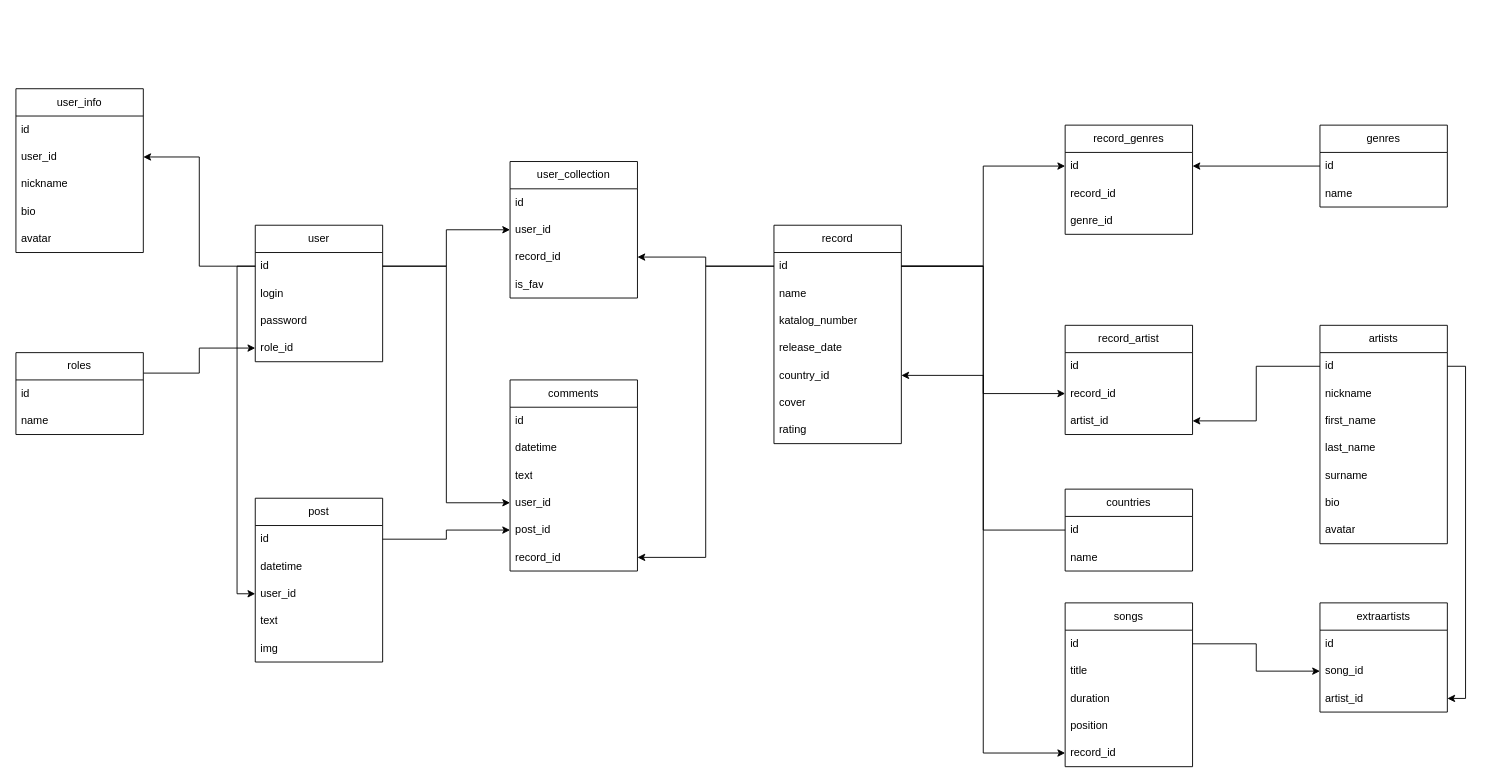
The draw.io diagram db_scheme.drawio in 7Maersk/VSN, before the edit. Source tidied: cells renumbered, new cells numbered last; positions are measured from the earlier drawing's top-left corner, leaving out a move shared by most shapes. Both pictures are drawn from the tidied source at 91%, with x=0, y=0 at pixel (15, 88).
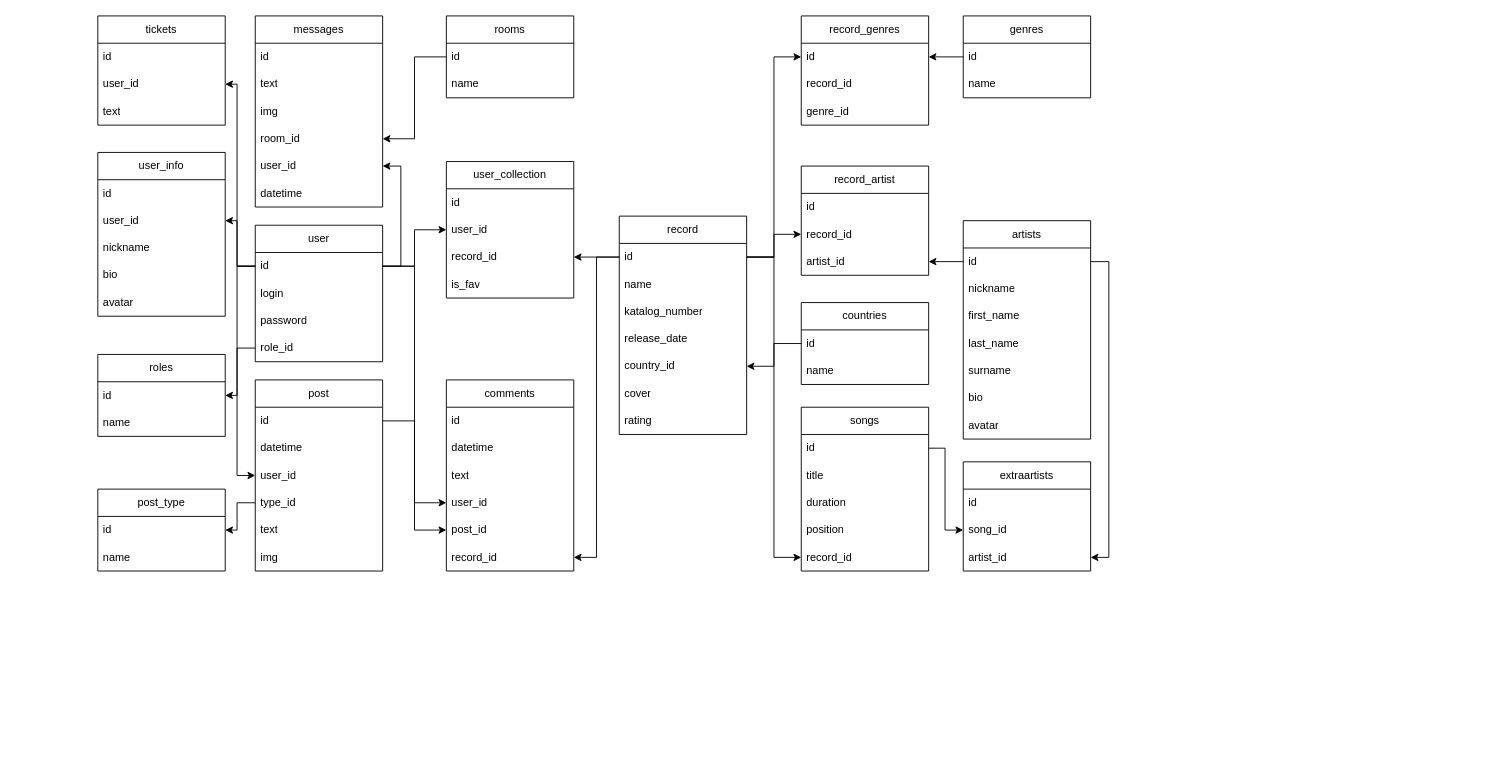
The same page after the edit.

Unchanged cells that the change refers to:
```xml
<mxCell id="3" value="id" style="text;strokeColor=none;fillColor=none;align=left;verticalAlign=middle;spacingLeft=4;spacingRight=4;overflow=hidden;points=[[0,0.5],[1,0.5]];portConstraint=eastwest;whiteSpace=wrap;html=1;" parent="2" vertex="1">
  <mxGeometry y="30" width="140" height="30" as="geometry" />
</mxCell>
<mxCell id="6" value="role_id" style="text;strokeColor=none;fillColor=none;align=left;verticalAlign=middle;spacingLeft=4;spacingRight=4;overflow=hidden;points=[[0,0.5],[1,0.5]];portConstraint=eastwest;whiteSpace=wrap;html=1;" parent="2" vertex="1">
  <mxGeometry y="120" width="140" height="30" as="geometry" />
</mxCell>
<mxCell id="9" value="id" style="text;strokeColor=none;fillColor=none;align=left;verticalAlign=middle;spacingLeft=4;spacingRight=4;overflow=hidden;points=[[0,0.5],[1,0.5]];portConstraint=eastwest;whiteSpace=wrap;html=1;" parent="8" vertex="1">
  <mxGeometry y="30" width="140" height="30" as="geometry" />
</mxCell>
<mxCell id="47" value="id" style="text;strokeColor=none;fillColor=none;align=left;verticalAlign=middle;spacingLeft=4;spacingRight=4;overflow=hidden;points=[[0,0.5],[1,0.5]];portConstraint=eastwest;whiteSpace=wrap;html=1;" parent="46" vertex="1">
  <mxGeometry y="30" width="140" height="30" as="geometry" />
</mxCell>
<mxCell id="54" value="song_id" style="text;strokeColor=none;fillColor=none;align=left;verticalAlign=middle;spacingLeft=4;spacingRight=4;overflow=hidden;points=[[0,0.5],[1,0.5]];portConstraint=eastwest;whiteSpace=wrap;html=1;" parent="52" vertex="1">
  <mxGeometry y="60" width="140" height="30" as="geometry" />
</mxCell>
<mxCell id="75" value="user_id" style="text;strokeColor=none;fillColor=none;align=left;verticalAlign=middle;spacingLeft=4;spacingRight=4;overflow=hidden;points=[[0,0.5],[1,0.5]];portConstraint=eastwest;whiteSpace=wrap;html=1;" parent="73" vertex="1">
  <mxGeometry y="60" width="140" height="30" as="geometry" />
</mxCell>
```

Change to the diagram source:
```diff
@@
-    <mxCell id="7" style="edgeStyle=orthogonalEdgeStyle;rounded=0;jettySize=auto;html=1;exitX=1;exitY=0.25;exitDx=0;exitDy=0;entryX=0;entryY=0.5;entryDx=0;entryDy=0;" parent="1" edge="1" source="8" target="6">
-      <mxGeometry relative="1" as="geometry" />
-    </mxCell>
     <mxCell id="8" value="roles" style="swimlane;fontStyle=0;horizontal=1;startSize=30;whiteSpace=wrap;html=1;" parent="1" vertex="1">
-      <mxGeometry y="290" width="140" height="90" as="geometry" />
+      <mxGeometry x="90" y="292" width="140" height="90" as="geometry" />
     </mxCell>
@@
     <mxCell id="11" value="record" style="swimlane;fontStyle=0;horizontal=1;startSize=30;whiteSpace=wrap;html=1;" parent="1" vertex="1">
-      <mxGeometry x="833" y="150" width="140" height="240" as="geometry" />
+      <mxGeometry x="663" y="140" width="140" height="240" as="geometry" />
     </mxCell>
@@
     <mxCell id="19" value="artists" style="swimlane;fontStyle=0;horizontal=1;startSize=30;whiteSpace=wrap;html=1;" parent="1" vertex="1">
-      <mxGeometry x="1433" y="260" width="140" height="240" as="geometry" />
+      <mxGeometry x="1041" y="145" width="140" height="240" as="geometry" />
     </mxCell>
@@
     <mxCell id="27" value="genres" style="swimlane;fontStyle=0;horizontal=1;startSize=30;whiteSpace=wrap;html=1;" parent="1" vertex="1">
-      <mxGeometry x="1433" y="40" width="140" height="90" as="geometry" />
+      <mxGeometry x="1041" y="-80" width="140" height="90" as="geometry" />
     </mxCell>
@@
     <mxCell id="30" value="countries" style="swimlane;fontStyle=0;horizontal=1;startSize=30;whiteSpace=wrap;html=1;" parent="1" vertex="1">
-      <mxGeometry x="1153" y="440" width="140" height="90" as="geometry" />
+      <mxGeometry x="863" y="235" width="140" height="90" as="geometry" />
     </mxCell>
@@
     <mxCell id="34" value="record_genres" style="swimlane;fontStyle=0;horizontal=1;startSize=30;whiteSpace=wrap;html=1;" parent="1" vertex="1">
-      <mxGeometry x="1153" y="40" width="140" height="120" as="geometry" />
+      <mxGeometry x="863" y="-80" width="140" height="120" as="geometry" />
     </mxCell>
@@
     <mxCell id="40" value="record_artist" style="swimlane;fontStyle=0;horizontal=1;startSize=30;whiteSpace=wrap;html=1;" parent="1" vertex="1">
-      <mxGeometry x="1153" y="260" width="140" height="120" as="geometry" />
+      <mxGeometry x="863" y="85" width="140" height="120" as="geometry" />
     </mxCell>
@@
     <mxCell id="46" value="songs" style="swimlane;fontStyle=0;horizontal=1;startSize=30;whiteSpace=wrap;html=1;" parent="1" vertex="1">
-      <mxGeometry x="1153" y="565" width="140" height="180" as="geometry" />
+      <mxGeometry x="863" y="350" width="140" height="180" as="geometry" />
     </mxCell>
@@
     <mxCell id="52" value="extraartists" style="swimlane;fontStyle=0;horizontal=1;startSize=30;whiteSpace=wrap;html=1;" parent="1" vertex="1">
-      <mxGeometry x="1433" y="565" width="140" height="120" as="geometry" />
+      <mxGeometry x="1041" y="410" width="140" height="120" as="geometry" />
     </mxCell>
@@
     <mxCell id="57" style="edgeStyle=orthogonalEdgeStyle;rounded=0;jettySize=auto;html=1;exitX=1;exitY=0.5;exitDx=0;exitDy=0;entryX=0;entryY=0.5;entryDx=0;entryDy=0;" parent="1" edge="1" source="47" target="54">
-      <mxGeometry relative="1" as="geometry" />
+      <mxGeometry relative="1" as="geometry">
+        <Array as="points">
+          <mxPoint x="1021" y="395" />
+          <mxPoint x="1021" y="485" />
+        </Array>
+      </mxGeometry>
     </mxCell>
@@
     <mxCell id="59" value="comments" style="swimlane;fontStyle=0;horizontal=1;startSize=30;whiteSpace=wrap;html=1;" parent="1" vertex="1">
-      <mxGeometry x="543" y="320" width="140" height="210" as="geometry" />
+      <mxGeometry x="473" y="320" width="140" height="210" as="geometry" />
     </mxCell>
@@
     <mxCell id="67" value="post" style="swimlane;fontStyle=0;horizontal=1;startSize=30;whiteSpace=wrap;html=1;" parent="1" vertex="1">
-      <mxGeometry x="263" y="450" width="140" height="180" as="geometry" />
+      <mxGeometry x="263" y="320" width="140" height="210" as="geometry" />
     </mxCell>
@@
+    <mxCell id="90" value="type_id" style="text;strokeColor=none;fillColor=none;align=left;verticalAlign=middle;spacingLeft=4;spacingRight=4;overflow=hidden;points=[[0,0.5],[1,0.5]];portConstraint=eastwest;whiteSpace=wrap;html=1;" parent="67" vertex="1">
+      <mxGeometry y="120" width="140" height="30" as="geometry" />
+    </mxCell>
     <mxCell id="71" value="text" style="text;strokeColor=none;fillColor=none;align=left;verticalAlign=middle;spacingLeft=4;spacingRight=4;overflow=hidden;whiteSpace=wrap;html=1;" parent="67" vertex="1">
-      <mxGeometry y="120" width="140" height="30" as="geometry" />
+      <mxGeometry y="150" width="140" height="30" as="geometry" />
     </mxCell>
     <mxCell id="72" value="img" style="text;strokeColor=none;fillColor=none;align=left;verticalAlign=middle;spacingLeft=4;spacingRight=4;overflow=hidden;whiteSpace=wrap;html=1;" parent="67" vertex="1">
-      <mxGeometry y="150" width="140" height="30" as="geometry" />
+      <mxGeometry y="180" width="140" height="30" as="geometry" />
     </mxCell>
     <mxCell id="73" value="user_info" style="swimlane;fontStyle=0;horizontal=1;startSize=30;whiteSpace=wrap;html=1;" parent="1" vertex="1">
-      <mxGeometry width="140" height="180" as="geometry" />
+      <mxGeometry x="90" y="70" width="140" height="180" as="geometry" />
     </mxCell>
@@
     <mxCell id="79" style="edgeStyle=orthogonalEdgeStyle;rounded=0;jettySize=auto;html=1;exitX=0;exitY=0.5;exitDx=0;exitDy=0;entryX=1;entryY=0.5;entryDx=0;entryDy=0;" parent="1" edge="1" source="3" target="75">
-      <mxGeometry relative="1" as="geometry" />
+      <mxGeometry relative="1" as="geometry">
+        <Array as="points">
+          <mxPoint x="243" y="195" />
+          <mxPoint x="243" y="145" />
+        </Array>
+      </mxGeometry>
     </mxCell>
     <mxCell id="80" value="user_collection" style="swimlane;fontStyle=0;horizontal=1;startSize=30;whiteSpace=wrap;html=1;" parent="1" vertex="1">
-      <mxGeometry x="543" y="80" width="140" height="150" as="geometry" />
+      <mxGeometry x="473" y="80" width="140" height="150" as="geometry" />
     </mxCell>
@@
+    <mxCell id="91" value="messages" style="swimlane;fontStyle=0;horizontal=1;startSize=30;whiteSpace=wrap;html=1;" parent="1" vertex="1">
+      <mxGeometry x="263" y="-80" width="140" height="210" as="geometry" />
+    </mxCell>
+    <mxCell id="92" value="id" style="text;strokeColor=none;fillColor=none;align=left;verticalAlign=middle;spacingLeft=4;spacingRight=4;overflow=hidden;whiteSpace=wrap;html=1;" parent="91" vertex="1">
+      <mxGeometry y="30" width="140" height="30" as="geometry" />
+    </mxCell>
+    <mxCell id="93" value="text" style="text;strokeColor=none;fillColor=none;align=left;verticalAlign=middle;spacingLeft=4;spacingRight=4;overflow=hidden;whiteSpace=wrap;html=1;" parent="91" vertex="1">
+      <mxGeometry y="60" width="140" height="30" as="geometry" />
+    </mxCell>
+    <mxCell id="94" value="img" style="text;strokeColor=none;fillColor=none;align=left;verticalAlign=middle;spacingLeft=4;spacingRight=4;overflow=hidden;whiteSpace=wrap;html=1;" parent="91" vertex="1">
+      <mxGeometry y="90" width="140" height="30" as="geometry" />
+    </mxCell>
+    <mxCell id="95" value="room&lt;span style=&quot;background-color: initial;&quot;&gt;_id&lt;/span&gt;" style="text;strokeColor=none;fillColor=none;align=left;verticalAlign=middle;spacingLeft=4;spacingRight=4;overflow=hidden;points=[[0,0.5],[1,0.5]];portConstraint=eastwest;whiteSpace=wrap;html=1;" parent="91" vertex="1">
+      <mxGeometry y="120" width="140" height="30" as="geometry" />
+    </mxCell>
+    <mxCell id="96" value="&lt;span style=&quot;background-color: initial;&quot;&gt;user_id&lt;/span&gt;" style="text;strokeColor=none;fillColor=none;align=left;verticalAlign=middle;spacingLeft=4;spacingRight=4;overflow=hidden;points=[[0,0.5],[1,0.5]];portConstraint=eastwest;whiteSpace=wrap;html=1;" parent="91" vertex="1">
+      <mxGeometry y="150" width="140" height="30" as="geometry" />
+    </mxCell>
+    <mxCell id="97" value="datetime" style="text;strokeColor=none;fillColor=none;align=left;verticalAlign=middle;spacingLeft=4;spacingRight=4;overflow=hidden;whiteSpace=wrap;html=1;" parent="91" vertex="1">
+      <mxGeometry y="180" width="140" height="30" as="geometry" />
+    </mxCell>
+    <mxCell id="98" value="rooms" style="swimlane;fontStyle=0;horizontal=1;startSize=30;whiteSpace=wrap;html=1;" parent="1" vertex="1">
+      <mxGeometry x="473" y="-80" width="140" height="90" as="geometry" />
+    </mxCell>
+    <mxCell id="99" value="id" style="text;strokeColor=none;fillColor=none;align=left;verticalAlign=middle;spacingLeft=4;spacingRight=4;overflow=hidden;points=[[0,0.5],[1,0.5]];portConstraint=eastwest;whiteSpace=wrap;html=1;" parent="98" vertex="1">
+      <mxGeometry y="30" width="140" height="30" as="geometry" />
+    </mxCell>
+    <mxCell id="100" value="name" style="text;strokeColor=none;fillColor=none;align=left;verticalAlign=middle;spacingLeft=4;spacingRight=4;overflow=hidden;whiteSpace=wrap;html=1;" parent="98" vertex="1">
+      <mxGeometry y="60" width="140" height="30" as="geometry" />
+    </mxCell>
+    <mxCell id="101" style="edgeStyle=orthogonalEdgeStyle;rounded=0;jettySize=auto;html=1;exitX=0;exitY=0.5;exitDx=0;exitDy=0;entryX=1;entryY=0.5;entryDx=0;entryDy=0;" parent="1" edge="1" source="99" target="95">
+      <mxGeometry relative="1" as="geometry" />
+    </mxCell>
+    <mxCell id="102" style="edgeStyle=orthogonalEdgeStyle;rounded=0;jettySize=auto;html=1;exitX=1;exitY=0.5;exitDx=0;exitDy=0;entryX=1;entryY=0.5;entryDx=0;entryDy=0;" parent="1" edge="1" source="3" target="96">
+      <mxGeometry relative="1" as="geometry" />
+    </mxCell>
+    <mxCell id="103" value="tickets" style="swimlane;fontStyle=0;horizontal=1;startSize=30;whiteSpace=wrap;html=1;" parent="1" vertex="1">
+      <mxGeometry x="90" y="-80" width="140" height="120" as="geometry" />
+    </mxCell>
+    <mxCell id="104" value="id" style="text;strokeColor=none;fillColor=none;align=left;verticalAlign=middle;spacingLeft=4;spacingRight=4;overflow=hidden;whiteSpace=wrap;html=1;" parent="103" vertex="1">
+      <mxGeometry y="30" width="140" height="30" as="geometry" />
+    </mxCell>
+    <mxCell id="105" value="user_id" style="text;strokeColor=none;fillColor=none;align=left;verticalAlign=middle;spacingLeft=4;spacingRight=4;overflow=hidden;points=[[0,0.5],[1,0.5]];portConstraint=eastwest;whiteSpace=wrap;html=1;" parent="103" vertex="1">
+      <mxGeometry y="60" width="140" height="30" as="geometry" />
+    </mxCell>
+    <mxCell id="106" value="text" style="text;strokeColor=none;fillColor=none;align=left;verticalAlign=middle;spacingLeft=4;spacingRight=4;overflow=hidden;whiteSpace=wrap;html=1;" parent="103" vertex="1">
+      <mxGeometry y="90" width="140" height="30" as="geometry" />
+    </mxCell>
+    <mxCell id="107" value="post_type" style="swimlane;fontStyle=0;horizontal=1;startSize=30;whiteSpace=wrap;html=1;" parent="1" vertex="1">
+      <mxGeometry x="90" y="440" width="140" height="90" as="geometry" />
+    </mxCell>
+    <mxCell id="108" value="id" style="text;strokeColor=none;fillColor=none;align=left;verticalAlign=middle;spacingLeft=4;spacingRight=4;overflow=hidden;points=[[0,0.5],[1,0.5]];portConstraint=eastwest;whiteSpace=wrap;html=1;" parent="107" vertex="1">
+      <mxGeometry y="30" width="140" height="30" as="geometry" />
+    </mxCell>
+    <mxCell id="109" value="name" style="text;strokeColor=none;fillColor=none;align=left;verticalAlign=middle;spacingLeft=4;spacingRight=4;overflow=hidden;whiteSpace=wrap;html=1;" parent="107" vertex="1">
+      <mxGeometry y="60" width="140" height="30" as="geometry" />
+    </mxCell>
+    <mxCell id="110" style="edgeStyle=orthogonalEdgeStyle;rounded=0;jettySize=auto;html=1;exitX=0;exitY=0.5;exitDx=0;exitDy=0;entryX=1;entryY=0.5;entryDx=0;entryDy=0;" parent="1" edge="1" source="90" target="108">
+      <mxGeometry relative="1" as="geometry" />
+    </mxCell>
+    <mxCell id="111" style="edgeStyle=orthogonalEdgeStyle;rounded=0;jettySize=auto;html=1;exitX=0;exitY=0.5;exitDx=0;exitDy=0;entryX=1;entryY=0.5;entryDx=0;entryDy=0;" parent="1" edge="1" source="3" target="105">
+      <mxGeometry relative="1" as="geometry">
+        <Array as="points">
+          <mxPoint x="243" y="195" />
+          <mxPoint x="243" y="-5" />
+        </Array>
+      </mxGeometry>
+    </mxCell>
+    <mxCell id="112" style="edgeStyle=orthogonalEdgeStyle;rounded=0;jettySize=auto;html=1;exitX=0;exitY=0.5;exitDx=0;exitDy=0;entryX=1;entryY=0.5;entryDx=0;entryDy=0;" parent="1" edge="1" source="6" target="9">
+      <mxGeometry relative="1" as="geometry">
+        <Array as="points">
+          <mxPoint x="243" y="285" />
+          <mxPoint x="243" y="337" />
+        </Array>
+      </mxGeometry>
+    </mxCell>
```
